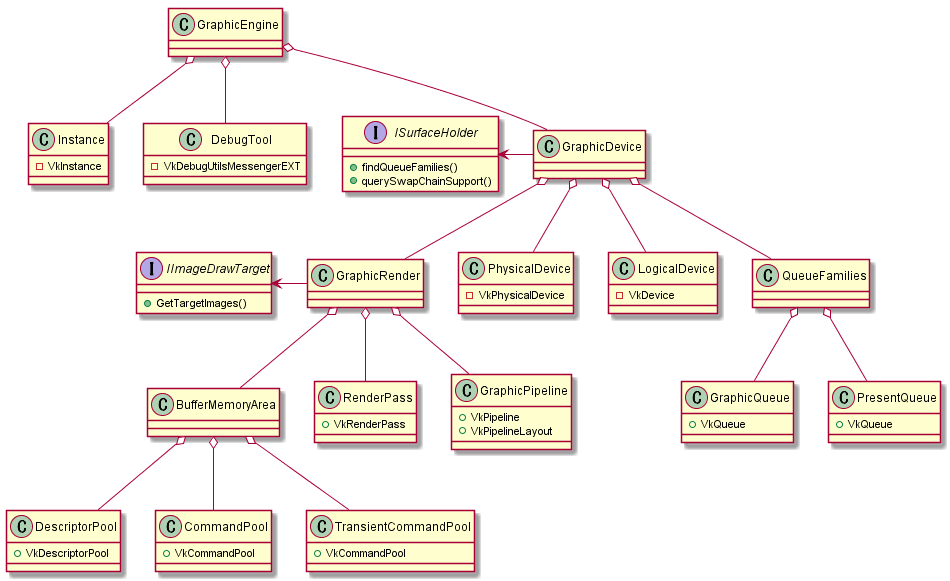
This is doc/diagrams/out/Wasabi/graphic/graphic.png from takowasaby/vulkan_game, a PlantUML export, as it was before one commit.
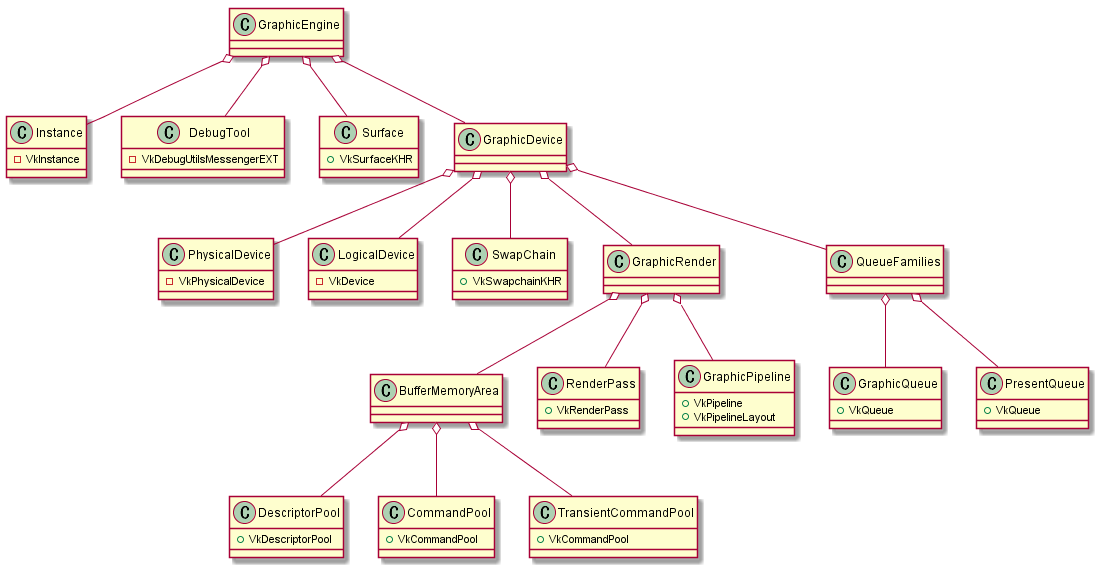
After the change.

The edit, as a diff of the source:
```diff
@@ -1,22 +1,19 @@
 @startuml graphic
-
-interface ISurfaceHolder {
-    + findQueueFamilies()
-    + querySwapChainSupport()
-}
-interface IImageDrawTarget {
-    + GetTargetImages()
-}
 
 class GraphicEngine {
 }
+
+
 class Instance {
     - VkInstance
 }
-class GraphicDevice {
-}
 class DebugTool {
     - VkDebugUtilsMessengerEXT
+}
+class Surface {
+    + VkSurfaceKHR
+}
+class GraphicDevice {
 }
 
 
@@ -25,6 +22,9 @@
 }
 class LogicalDevice {
     - VkDevice
+}
+class SwapChain {
+    + VkSwapchainKHR
 }
 class GraphicRender {
 
@@ -66,13 +66,13 @@
 GraphicEngine o-- Instance
 GraphicEngine o-- GraphicDevice
 GraphicEngine o-- DebugTool
+GraphicEngine o-- Surface
 
 GraphicDevice o-- PhysicalDevice
 GraphicDevice o-- LogicalDevice
 GraphicDevice o-- QueueFamilies
 GraphicDevice o-- GraphicRender
-
-GraphicDevice -left-> ISurfaceHolder
+GraphicDevice o-- SwapChain
 
 GraphicRender o-- RenderPass
 GraphicRender o-- GraphicPipeline
@@ -82,8 +82,6 @@
 BufferMemoryArea o-- CommandPool
 BufferMemoryArea o-- TransientCommandPool
 
-GraphicRender -left-> IImageDrawTarget
-
 QueueFamilies o-- GraphicQueue
 QueueFamilies o-- PresentQueue
 
```
